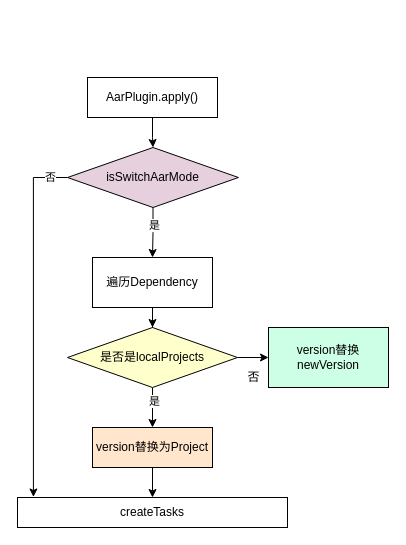
Before: page "plugin配置阶段流程图" (14 of 24) of T9.drawio in shinecjj/UML, a draw.io diagram. Source tidied: cells renumbered, new cells numbered last; positions are measured from the earlier drawing's top-left corner, leaving out a move shared by most shapes. Both pictures are drawn from the tidied source at 100%, with x=0, y=0 at pixel (17, 77).
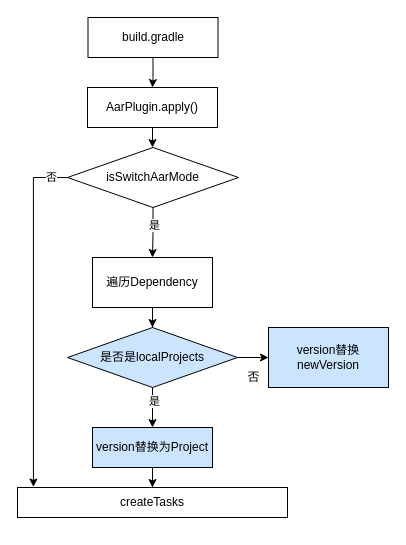
The same page after the edit.

Diff of the diagram source:
```diff
@@
-    <mxCell id="5" value="是否是localProjects" style="rhombus;whiteSpace=wrap;html=1;strokeColor=#000000;fillColor=#FFFFCC;" parent="1" vertex="1">
+    <mxCell id="5" value="是否是localProjects" style="rhombus;whiteSpace=wrap;html=1;strokeColor=#000000;fillColor=#CCE5FF;" parent="1" vertex="1">
       <mxGeometry x="50" y="250" width="170" height="60" as="geometry" />
     </mxCell>
@@
     <mxCell id="7" value="AarPlugin.apply()" style="rounded=0;whiteSpace=wrap;html=1;strokeColor=#000000;fillColor=none;" parent="1" vertex="1">
-      <mxGeometry x="70" width="130" height="40" as="geometry" />
+      <mxGeometry x="70" y="10" width="130" height="40" as="geometry" />
     </mxCell>
@@
-    <mxCell id="10" value="version替换newVersion" style="whiteSpace=wrap;html=1;fillColor=#CCFFE6;" parent="1" vertex="1">
+    <mxCell id="10" value="version替换newVersion" style="whiteSpace=wrap;html=1;fillColor=#CCE5FF;" parent="1" vertex="1">
       <mxGeometry x="251" y="250" width="120" height="60" as="geometry" />
     </mxCell>
@@
-    <mxCell id="13" value="version替换为Project" style="whiteSpace=wrap;html=1;fillColor=#FFE6CC;" parent="1" vertex="1">
+    <mxCell id="13" value="version替换为Project" style="whiteSpace=wrap;html=1;fillColor=#CCE5FF;" parent="1" vertex="1">
       <mxGeometry x="75" y="350" width="120" height="40" as="geometry" />
     </mxCell>
@@
-    <mxCell id="17" value="isSwitchAarMode" style="rhombus;whiteSpace=wrap;html=1;strokeColor=#000000;fillColor=#E6D0DE;" parent="1" vertex="1">
+    <mxCell id="17" value="isSwitchAarMode" style="rhombus;whiteSpace=wrap;html=1;strokeColor=#000000;fillColor=none;" parent="1" vertex="1">
       <mxGeometry x="50" y="70" width="171" height="60" as="geometry" />
     </mxCell>
@@
     <mxCell id="19" value="createTasks" style="whiteSpace=wrap;html=1;fillColor=none;" parent="1" vertex="1">
-      <mxGeometry y="420" width="270" height="30" as="geometry" />
+      <mxGeometry y="410" width="270" height="30" as="geometry" />
     </mxCell>
+    <mxCell id="20" style="edgeStyle=orthogonalEdgeStyle;rounded=0;jettySize=auto;html=1;fillColor=#A9C4EB;" parent="1" edge="1" source="21" target="7">
+      <mxGeometry relative="1" as="geometry" />
+    </mxCell>
+    <mxCell id="21" value="build.gradle" style="rounded=0;whiteSpace=wrap;html=1;strokeColor=#000000;fillColor=none;" parent="1" vertex="1">
+      <mxGeometry x="70.5" y="-60" width="130" height="40" as="geometry" />
+    </mxCell>
```
